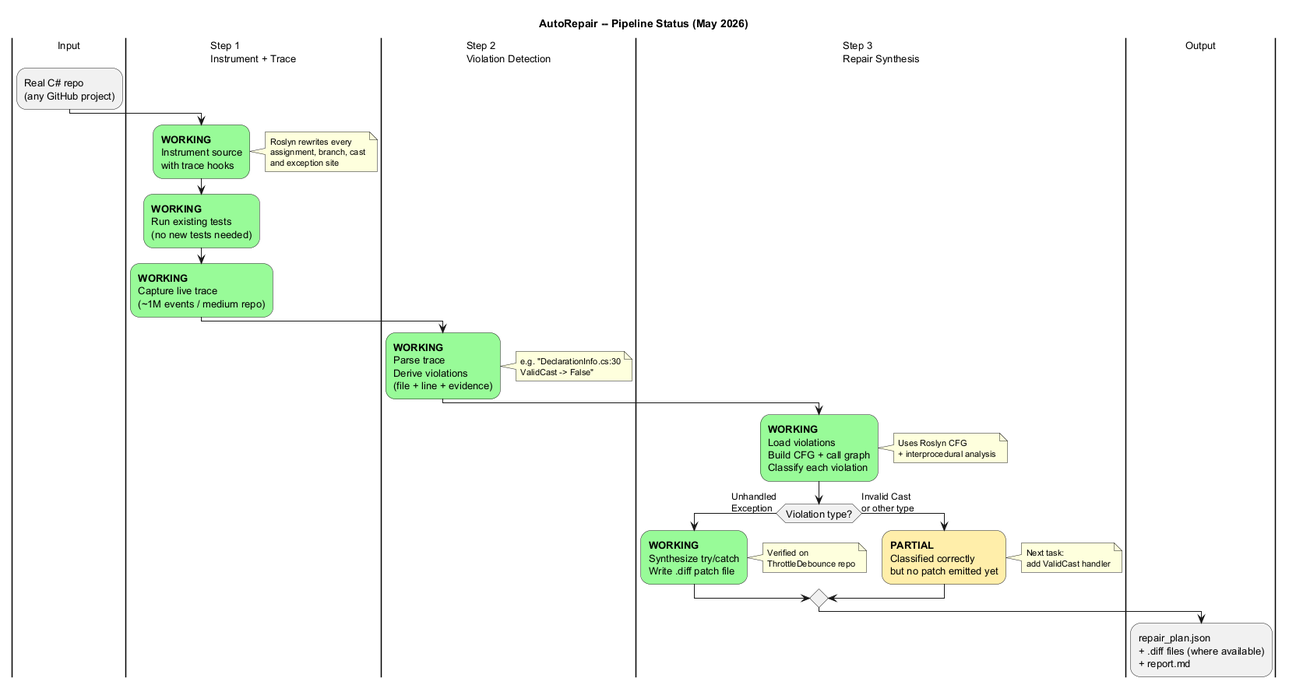
This is AutoRepair/pipeline_status.png from Sharper-Research/Sharper, a PlantUML export, as it was before one commit.
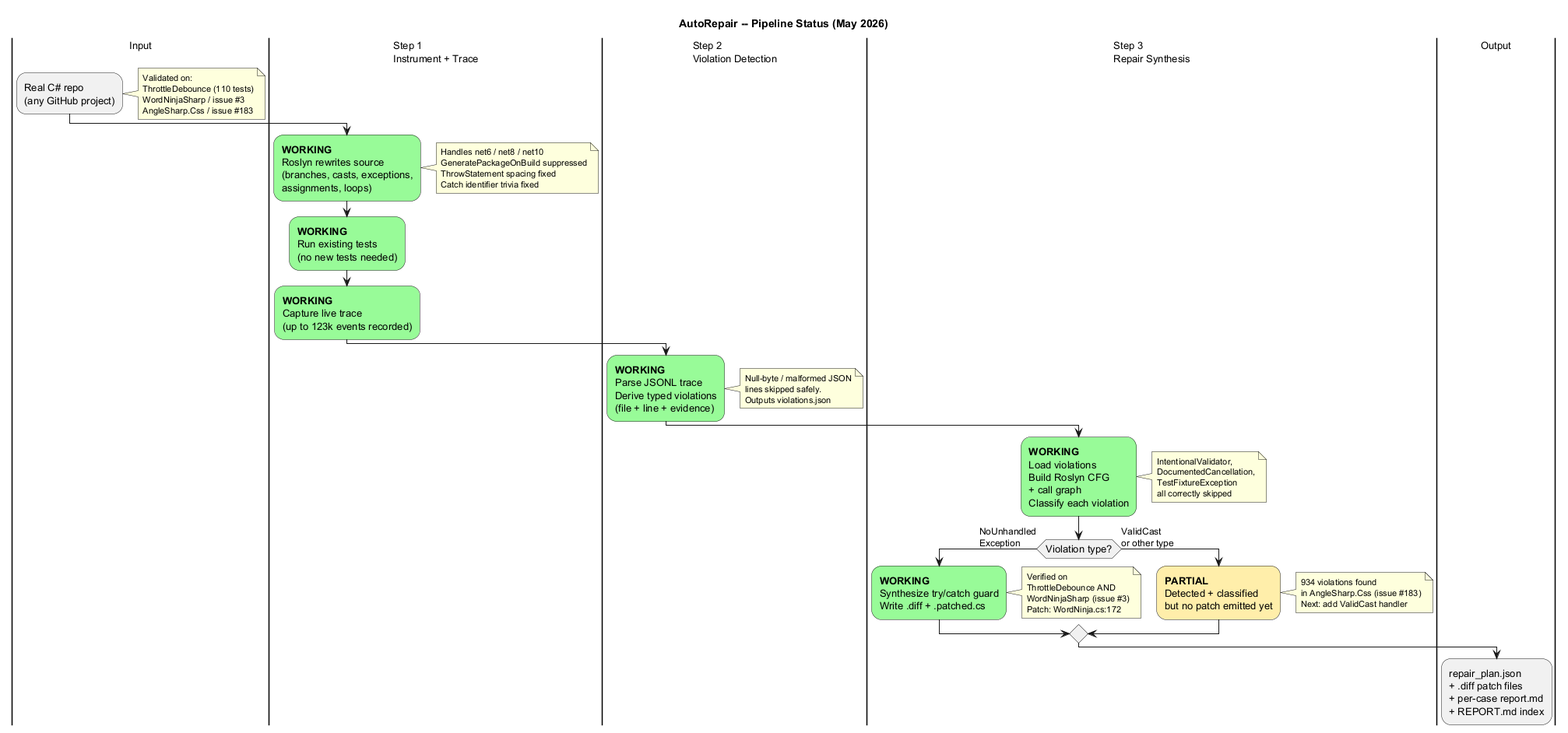
Later version of the same file.

Commit message:
docs: regenerate pipeline_status.png with updated diagram content

Diff of the diagram source:
```diff
@@ -11,29 +11,30 @@
 
 |Input|
     :Real C# repo\n(any GitHub project);
+    note right: Validated on:\nThrottleDebounce (110 tests)\nWordNinjaSharp / issue #3\nAngleSharp.Css / issue #183
 
 |Step 1\nInstrument + Trace|
-    #palegreen :**WORKING**\nInstrument source\nwith trace hooks;
-    note right: Roslyn rewrites every\nassignment, branch, cast\nand exception site
+    #palegreen :**WORKING**\nRoslyn rewrites source\n(branches, casts, exceptions,\nassignments, loops);
+    note right: Handles net6 / net8 / net10\nGeneratePackageOnBuild suppressed\nThrowStatement spacing fixed\nCatch identifier trivia fixed
     #palegreen :**WORKING**\nRun existing tests\n(no new tests needed);
-    #palegreen :**WORKING**\nCapture live trace\n(~1M events / medium repo);
+    #palegreen :**WORKING**\nCapture live trace\n(up to 123k events recorded);
 
 |Step 2\nViolation Detection|
-    #palegreen :**WORKING**\nParse trace\nDerive violations\n(file + line + evidence);
-    note right: e.g. "DeclarationInfo.cs:30\nValidCast -> False"
+    #palegreen :**WORKING**\nParse JSONL trace\nDerive typed violations\n(file + line + evidence);
+    note right: Null-byte / malformed JSON\nlines skipped safely.\nOutputs violations.json
 
 |Step 3\nRepair Synthesis|
-    #palegreen :**WORKING**\nLoad violations\nBuild CFG + call graph\nClassify each violation;
-    note right: Uses Roslyn CFG\n+ interprocedural analysis
-    if (Violation type?) then (Unhandled\nException)
-        #palegreen :**WORKING**\nSynthesize try/catch\nWrite .diff patch file;
-        note right: Verified on\nThrottleDebounce repo
-    else (Invalid Cast\nor other type)
-        #ffeeaa :**PARTIAL**\nClassified correctly\nbut no patch emitted yet;
-        note right: Next task:\nadd ValidCast handler
+    #palegreen :**WORKING**\nLoad violations\nBuild Roslyn CFG\n+ call graph\nClassify each violation;
+    note right: IntentionalValidator,\nDocumentedCancellation,\nTestFixtureException\nall correctly skipped
+    if (Violation type?) then (NoUnhandled\nException)
+        #palegreen :**WORKING**\nSynthesize try/catch guard\nWrite .diff + .patched.cs;
+        note right: Verified on\nThrottleDebounce AND\nWordNinjaSharp (issue #3)\nPatch: WordNinja.cs:172
+    else (ValidCast\nor other type)
+        #ffeeaa :**PARTIAL**\nDetected + classified\nbut no patch emitted yet;
+        note right: 934 violations found\nin AngleSharp.Css (issue #183)\nNext: add ValidCast handler
     endif
 
 |Output|
-    :repair_plan.json\n+ .diff files (where available)\n+ report.md;
+    :repair_plan.json\n+ .diff patch files\n+ per-case report.md\n+ REPORT.md index;
 
 @enduml
```
